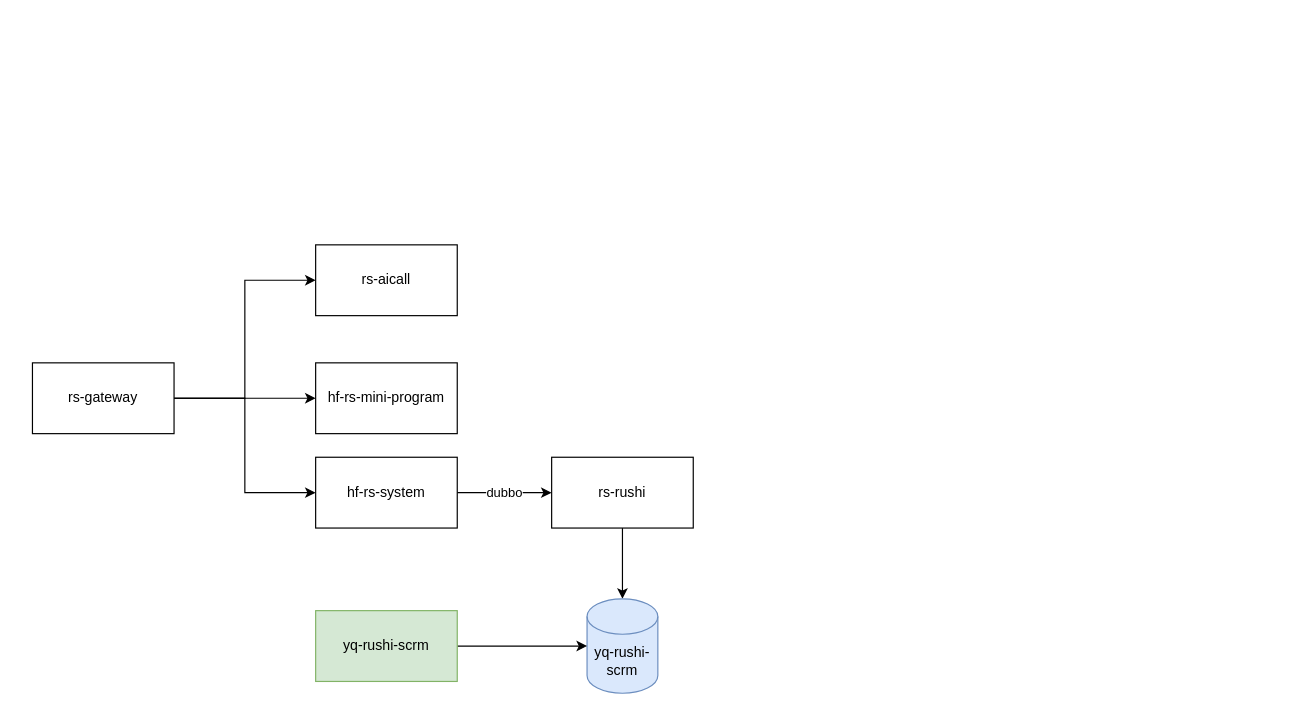
juesuchen/diagrams keeps this draw.io diagram as page "服务架构" (2 of 2) of 房产营销系统.drawio. Above is the earlier version. Source tidied: cells renumbered, new cells numbered last; positions are measured from the earlier drawing's top-left corner, leaving out a move shared by most shapes. Both pictures are drawn from the tidied source at 118%, with x=0, y=0 at pixel (32, 244).
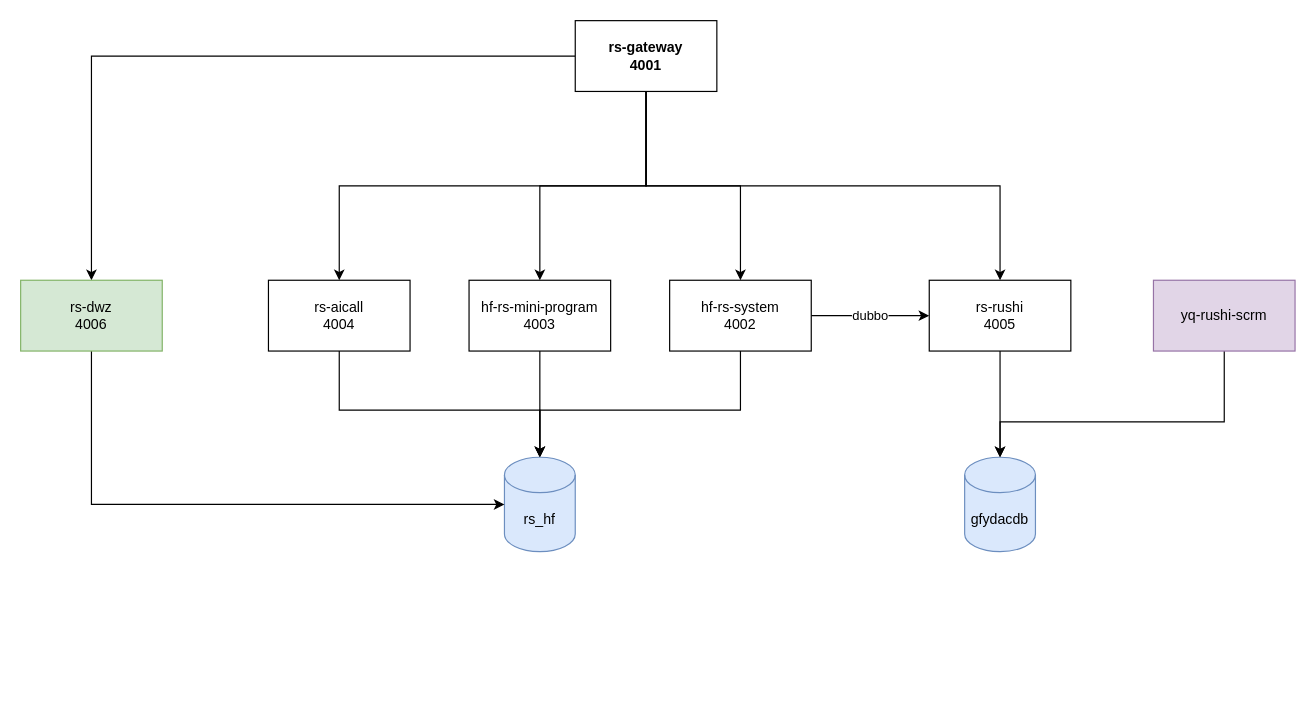
The same page after the edit.

Commit message:
更新房产营销系统.drawio

What changed in the source:
```diff
@@
+    <mxCell id="3" style="edgeStyle=orthogonalEdgeStyle;rounded=0;jettySize=auto;html=1;" parent="1" edge="1" source="5" target="7">
+      <mxGeometry relative="1" as="geometry" />
+    </mxCell>
-    <mxCell id="2" style="edgeStyle=orthogonalEdgeStyle;rounded=0;jettySize=auto;html=1;entryX=0;entryY=0.5;entryDx=0;entryDy=0;" parent="1" edge="1" source="5" target="6">
-      <mxGeometry relative="1" as="geometry" />
+    <mxCell id="2" style="edgeStyle=orthogonalEdgeStyle;rounded=0;jettySize=auto;html=1;entryX=0.5;entryY=0;entryDx=0;entryDy=0;" parent="1" edge="1" source="5" target="6">
+      <mxGeometry relative="1" as="geometry">
+        <Array as="points">
+          <mxPoint x="520" y="-50" />
+          <mxPoint x="260" y="-50" />
+        </Array>
+      </mxGeometry>
     </mxCell>
-    <mxCell id="3" style="edgeStyle=orthogonalEdgeStyle;rounded=0;jettySize=auto;html=1;" parent="1" edge="1" source="5" target="7">
-      <mxGeometry relative="1" as="geometry" />
-    </mxCell>
-    <mxCell id="4" style="edgeStyle=orthogonalEdgeStyle;rounded=0;jettySize=auto;html=1;entryX=0;entryY=0.5;entryDx=0;entryDy=0;" parent="1" edge="1" source="5" target="9">
+    <mxCell id="4" style="edgeStyle=orthogonalEdgeStyle;rounded=0;jettySize=auto;html=1;entryX=0.5;entryY=0;entryDx=0;entryDy=0;" parent="1" edge="1" source="5" target="9">
       <mxGeometry relative="1" as="geometry" />
     </mxCell>
+    <mxCell id="15" style="edgeStyle=orthogonalEdgeStyle;rounded=0;jettySize=auto;html=1;" parent="1" edge="1" source="5" target="11">
+      <mxGeometry relative="1" as="geometry">
+        <Array as="points">
+          <mxPoint x="520" y="-50" />
+          <mxPoint x="820" y="-50" />
+        </Array>
+      </mxGeometry>
+    </mxCell>
+    <mxCell id="16" style="edgeStyle=orthogonalEdgeStyle;rounded=0;jettySize=auto;html=1;entryX=0.5;entryY=0;entryDx=0;entryDy=0;" parent="1" edge="1" source="5" target="23">
+      <mxGeometry relative="1" as="geometry" />
+    </mxCell>
-    <mxCell id="5" value="rs-gateway" style="rounded=0;whiteSpace=wrap;html=1;" parent="1" vertex="1">
-      <mxGeometry y="100" width="120" height="60" as="geometry" />
+    <mxCell id="5" value="rs-gateway&lt;br&gt;4001" style="rounded=0;whiteSpace=wrap;html=1;fontStyle=1;" parent="1" vertex="1">
+      <mxGeometry x="460" y="-190" width="120" height="60" as="geometry" />
     </mxCell>
+    <mxCell id="17" style="edgeStyle=orthogonalEdgeStyle;rounded=0;jettySize=auto;html=1;" parent="1" edge="1" source="6" target="21">
+      <mxGeometry relative="1" as="geometry">
+        <Array as="points">
+          <mxPoint x="260" y="140" />
+          <mxPoint x="430" y="140" />
+        </Array>
+      </mxGeometry>
+    </mxCell>
-    <mxCell id="6" value="rs-aicall" style="rounded=0;whiteSpace=wrap;html=1;" parent="1" vertex="1">
-      <mxGeometry x="240" width="120" height="60" as="geometry" />
+    <mxCell id="6" value="rs-aicall&lt;br&gt;4004" style="rounded=0;whiteSpace=wrap;html=1;" parent="1" vertex="1">
+      <mxGeometry x="200" y="30" width="120" height="60" as="geometry" />
     </mxCell>
+    <mxCell id="18" style="edgeStyle=orthogonalEdgeStyle;rounded=0;jettySize=auto;html=1;entryX=0.5;entryY=0;entryDx=0;entryDy=0;entryPerimeter=0;" parent="1" edge="1" source="7" target="21">
+      <mxGeometry relative="1" as="geometry" />
+    </mxCell>
-    <mxCell id="7" value="hf-rs-mini-program" style="rounded=0;whiteSpace=wrap;html=1;" parent="1" vertex="1">
-      <mxGeometry x="240" y="100" width="120" height="60" as="geometry" />
+    <mxCell id="7" value="hf-rs-mini-program&lt;br&gt;4003" style="rounded=0;whiteSpace=wrap;html=1;" parent="1" vertex="1">
+      <mxGeometry x="370" y="30" width="120" height="60" as="geometry" />
     </mxCell>
@@
+    <mxCell id="19" style="edgeStyle=orthogonalEdgeStyle;rounded=0;jettySize=auto;html=1;entryX=0.5;entryY=0;entryDx=0;entryDy=0;entryPerimeter=0;" parent="1" edge="1" source="9" target="21">
+      <mxGeometry relative="1" as="geometry">
+        <Array as="points">
+          <mxPoint x="600" y="140" />
+          <mxPoint x="430" y="140" />
+        </Array>
+      </mxGeometry>
+    </mxCell>
-    <mxCell id="9" value="hf-rs-system" style="rounded=0;whiteSpace=wrap;html=1;" parent="1" vertex="1">
-      <mxGeometry x="240" y="180" width="120" height="60" as="geometry" />
+    <mxCell id="9" value="hf-rs-system&lt;br&gt;4002" style="rounded=0;whiteSpace=wrap;html=1;" parent="1" vertex="1">
+      <mxGeometry x="540" y="30" width="120" height="60" as="geometry" />
     </mxCell>
-    <mxCell id="10" style="edgeStyle=orthogonalEdgeStyle;rounded=0;jettySize=auto;html=1;" parent="1" edge="1" source="11" target="12">
-      <mxGeometry relative="1" as="geometry" />
-    </mxCell>
+    <mxCell id="20" style="edgeStyle=orthogonalEdgeStyle;rounded=0;jettySize=auto;html=1;" parent="1" edge="1" source="11">
+      <mxGeometry relative="1" as="geometry">
+        <mxPoint x="820" y="180" as="targetPoint" />
+      </mxGeometry>
+    </mxCell>
-    <mxCell id="11" value="rs-rushi" style="rounded=0;whiteSpace=wrap;html=1;" parent="1" vertex="1">
-      <mxGeometry x="440" y="180" width="120" height="60" as="geometry" />
+    <mxCell id="11" value="rs-rushi&lt;br&gt;4005" style="rounded=0;whiteSpace=wrap;html=1;" parent="1" vertex="1">
+      <mxGeometry x="760" y="30" width="120" height="60" as="geometry" />
     </mxCell>
-    <mxCell id="12" value="yq-rushi-scrm" style="shape=cylinder3;whiteSpace=wrap;html=1;boundedLbl=1;backgroundOutline=1;size=15;fillColor=#dae8fc;strokeColor=#6c8ebf;" parent="1" vertex="1">
-      <mxGeometry x="470" y="300" width="60" height="80" as="geometry" />
+    <mxCell id="12" value="gfydacdb" style="shape=cylinder3;whiteSpace=wrap;html=1;boundedLbl=1;backgroundOutline=1;size=15;fillColor=#dae8fc;strokeColor=#6c8ebf;" parent="1" vertex="1">
+      <mxGeometry x="790" y="180" width="60" height="80" as="geometry" />
     </mxCell>
     <mxCell id="13" style="edgeStyle=orthogonalEdgeStyle;rounded=0;jettySize=auto;html=1;" parent="1" edge="1" source="14" target="12">
-      <mxGeometry relative="1" as="geometry" />
+      <mxGeometry relative="1" as="geometry">
+        <Array as="points">
+          <mxPoint x="1010" y="150" />
+          <mxPoint x="820" y="150" />
+        </Array>
+      </mxGeometry>
     </mxCell>
-    <mxCell id="14" value="yq-rushi-scrm" style="rounded=0;whiteSpace=wrap;html=1;fillColor=#d5e8d4;strokeColor=#82b366;" parent="1" vertex="1">
-      <mxGeometry x="240" y="310" width="120" height="60" as="geometry" />
+    <mxCell id="14" value="yq-rushi-scrm" style="rounded=0;whiteSpace=wrap;html=1;fillColor=#e1d5e7;strokeColor=#9673a6;" parent="1" vertex="1">
+      <mxGeometry x="950" y="30" width="120" height="60" as="geometry" />
     </mxCell>
+    <mxCell id="21" value="rs_hf" style="shape=cylinder3;whiteSpace=wrap;html=1;boundedLbl=1;backgroundOutline=1;size=15;fillColor=#dae8fc;strokeColor=#6c8ebf;" parent="1" vertex="1">
+      <mxGeometry x="400" y="180" width="60" height="80" as="geometry" />
+    </mxCell>
+    <mxCell id="22" style="edgeStyle=orthogonalEdgeStyle;rounded=0;jettySize=auto;html=1;entryX=0;entryY=0.5;entryDx=0;entryDy=0;entryPerimeter=0;" parent="1" edge="1" source="23" target="21">
+      <mxGeometry relative="1" as="geometry">
+        <Array as="points">
+          <mxPoint x="50" y="220" />
+        </Array>
+      </mxGeometry>
+    </mxCell>
+    <mxCell id="23" value="rs-dwz&lt;br&gt;4006" style="rounded=0;whiteSpace=wrap;html=1;fillColor=#d5e8d4;strokeColor=#82b366;" parent="1" vertex="1">
+      <mxGeometry x="-10" y="30" width="120" height="60" as="geometry" />
+    </mxCell>
```
